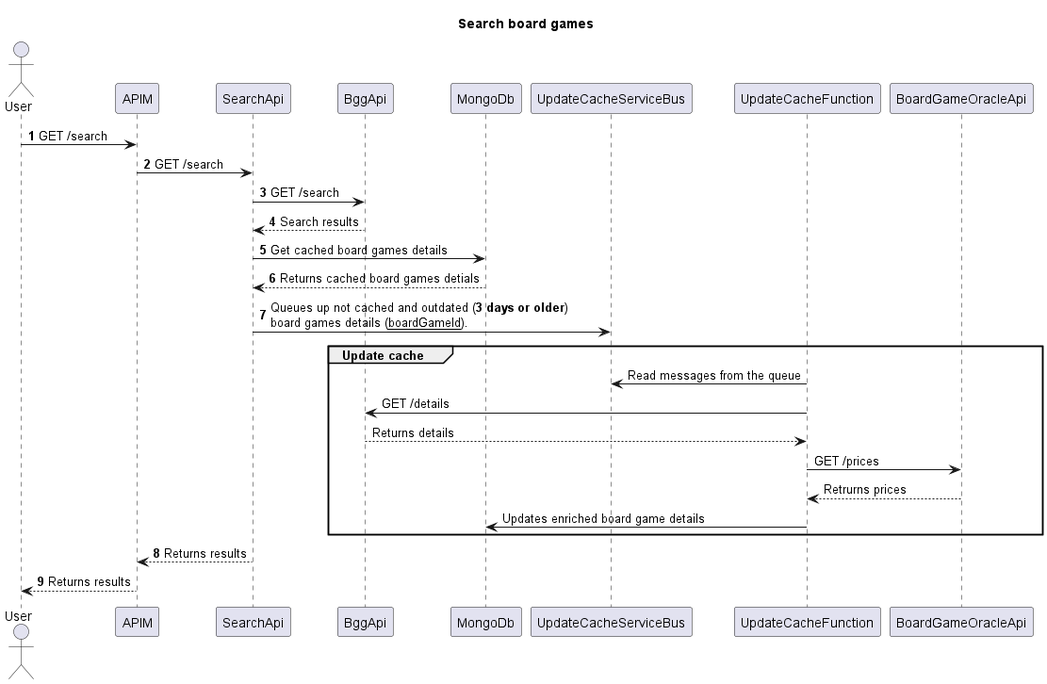
The PlantUML diagram architecture/out/serach_board_games_sequence_diagram/serach_board_games_sequence_diagram.png in Progrunning/BoardGamesCompanion, before a commit. Its diagram source:
```plantuml
@startuml

title Search board games
autonumber

actor User as User

User -> APIM: GET /search
APIM -> SearchApi: GET /search
SearchApi -> BggApi: GET /search
BggApi --> SearchApi: Search results

SearchApi -> MongoDb: Get cached board games details
MongoDb --> SearchApi: Returns cached board games detials
SearchApi -> UpdateCacheServiceBus: Queues up not cached and outdated (<b>3 days or older</b>)\nboard games details (<u>boardGameId</u>).

autonumber stop
group Update cache
    UpdateCacheFunction -> UpdateCacheServiceBus: Read messages from the queue
    UpdateCacheFunction -> BggApi: GET /details
    BggApi --> UpdateCacheFunction: Returns details
    UpdateCacheFunction -> BoardGameOracleApi: GET /prices
    BoardGameOracleApi --> UpdateCacheFunction: Retrurns prices
    UpdateCacheFunction -> MongoDb: Updates enriched board game details
end
autonumber resume

SearchApi --> APIM: Returns results
APIM --> User: Returns results

@enduml
```
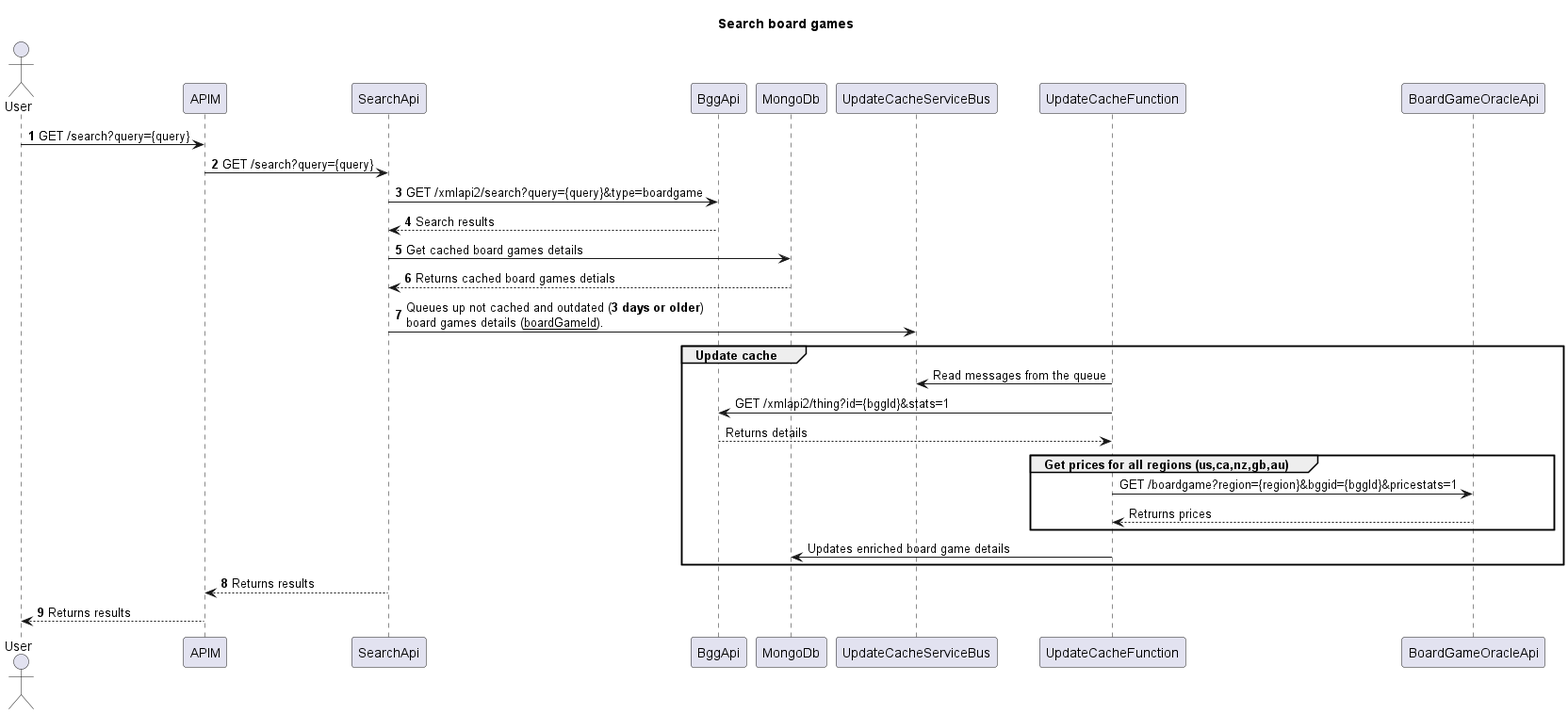
Above is the later version.

Commit message:
updating sequence diagram

What changed in the source:
```diff
@@ -5,9 +5,9 @@
 
 actor User as User
 
-User -> APIM: GET /search
-APIM -> SearchApi: GET /search
-SearchApi -> BggApi: GET /search
+User -> APIM: GET /search?query={query}
+APIM -> SearchApi: GET /search?query={query}
+SearchApi -> BggApi: GET /xmlapi2/search?query={query}&type=boardgame
 BggApi --> SearchApi: Search results
 
 SearchApi -> MongoDb: Get cached board games details
@@ -17,10 +17,12 @@
 autonumber stop
 group Update cache
     UpdateCacheFunction -> UpdateCacheServiceBus: Read messages from the queue
-    UpdateCacheFunction -> BggApi: GET /details
+    UpdateCacheFunction -> BggApi: GET /xmlapi2/thing?id={bggId}&stats=1
     BggApi --> UpdateCacheFunction: Returns details
-    UpdateCacheFunction -> BoardGameOracleApi: GET /prices
-    BoardGameOracleApi --> UpdateCacheFunction: Retrurns prices
+    group Get prices for all regions (us,ca,nz,gb,au)
+        UpdateCacheFunction -> BoardGameOracleApi: GET /boardgame?region={region}&bggid={bggId}&pricestats=1
+        BoardGameOracleApi --> UpdateCacheFunction: Retrurns prices
+    end
     UpdateCacheFunction -> MongoDb: Updates enriched board game details
 end
 autonumber resume
```
